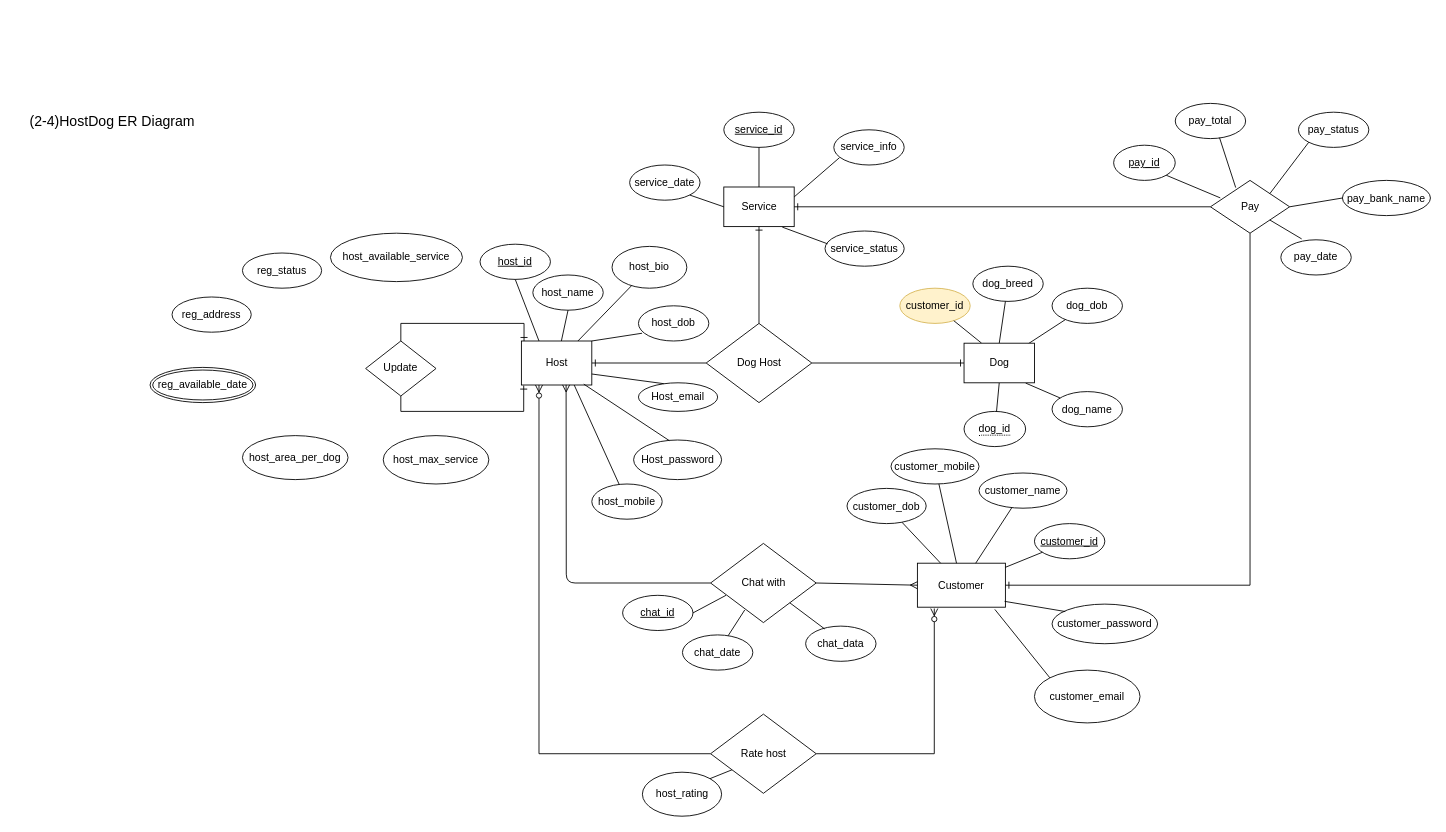
The draw.io diagram page "Copy of Page-1" (2 of 2) of ProjectProcesses/HostDog_6ERD/ERD.drawio in Hostdogs/Project_Hostdog, before the edit. Source tidied: cells renumbered, new cells numbered last; positions are measured from the earlier drawing's top-left corner, leaving out a move shared by most shapes. Both pictures are drawn from the tidied source at 88%, with x=0, y=0 at pixel (15, 103).
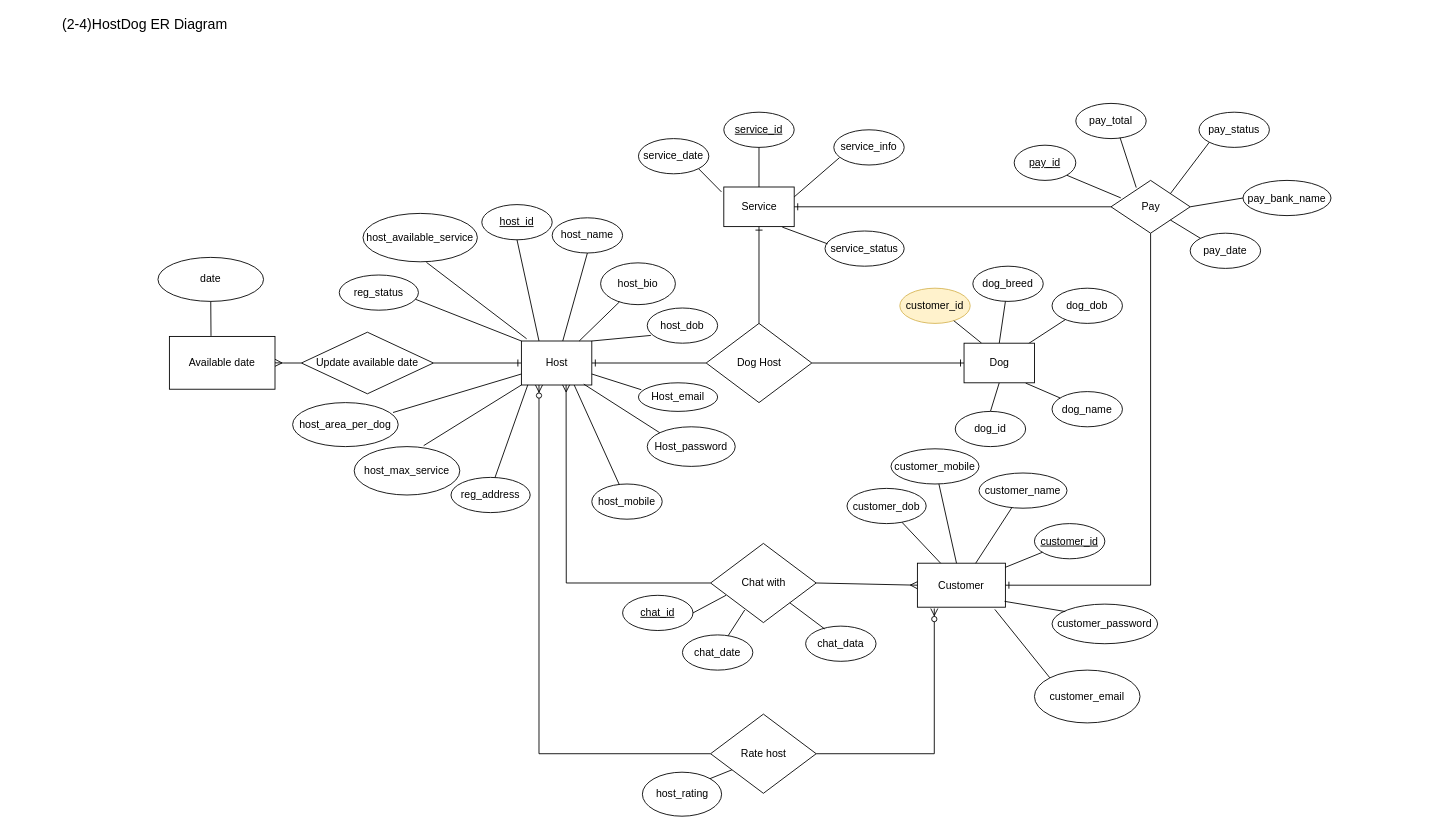
Above is the later version.

The change refers to these unchanged cells:
```xml
<mxCell id="4" value="Host" style="html=1;dashed=0;whitespace=wrap;" parent="1" vertex="1">
  <mxGeometry x="575" y="270" width="80" height="50" as="geometry" />
</mxCell>
<mxCell id="8" value="Customer" style="whiteSpace=wrap;html=1;dashed=0;" parent="1" vertex="1">
  <mxGeometry x="1025" y="522.5" width="100" height="50" as="geometry" />
</mxCell>
<mxCell id="29" value="Chat with" style="shape=rhombus;html=1;dashed=0;whitespace=wrap;perimeter=rhombusPerimeter;" parent="1" vertex="1">
  <mxGeometry x="790" y="500" width="120" height="90" as="geometry" />
</mxCell>
<mxCell id="69" value="Dog" style="html=1;dashed=0;whitespace=wrap;" parent="1" vertex="1">
  <mxGeometry x="1078" y="272.5" width="80" height="45" as="geometry" />
</mxCell>
<mxCell id="72" value="&lt;span id=&quot;docs-internal-guid-3e81bcba-7fff-f8fd-df1f-2f7f9c384fce&quot;&gt;&lt;span style=&quot;font-size: 9pt ; font-family: &amp;#34;arial&amp;#34; ; vertical-align: baseline&quot;&gt;Host_email&lt;/span&gt;&lt;/span&gt;" style="ellipse;whiteSpace=wrap;html=1;" parent="1" vertex="1">
  <mxGeometry x="708" y="317.5" width="90" height="32.5" as="geometry" />
</mxCell>
<mxCell id="75" value="Service" style="html=1;dashed=0;whitespace=wrap;" parent="1" vertex="1">
  <mxGeometry x="805" y="95" width="80" height="45" as="geometry" />
</mxCell>
```

What changed in the source:
```diff
@@
-    <mxCell id="3" style="edgeStyle=orthogonalEdgeStyle;rounded=0;jettySize=auto;html=1;entryX=0.5;entryY=0;entryDx=0;entryDy=0;startArrow=ERone;startFill=0;endArrow=none;endFill=0;" parent="1" edge="1" source="4" target="90">
-      <mxGeometry relative="1" as="geometry">
-        <Array as="points">
-          <mxPoint x="578" y="250" />
-          <mxPoint x="438" y="250" />
-        </Array>
-      </mxGeometry>
+    <mxCell id="3" style="edgeStyle=orthogonalEdgeStyle;rounded=0;jettySize=auto;html=1;entryX=1;entryY=0.5;entryDx=0;entryDy=0;startArrow=ERone;startFill=0;endArrow=none;endFill=0;" parent="1" edge="1" source="4" target="90">
+      <mxGeometry relative="1" as="geometry" />
     </mxCell>
@@
     <mxCell id="9" value="&lt;u&gt;host_id&lt;/u&gt;" style="ellipse;whiteSpace=wrap;html=1;align=center;" parent="1" vertex="1">
-      <mxGeometry x="528" y="160" width="80" height="40" as="geometry" />
+      <mxGeometry x="530" y="115" width="80" height="40" as="geometry" />
     </mxCell>
@@
     <mxCell id="11" value="host_name" style="ellipse;whiteSpace=wrap;html=1;align=center;" parent="1" vertex="1">
-      <mxGeometry x="588" y="195" width="80" height="40" as="geometry" />
+      <mxGeometry x="610" y="130" width="80" height="40" as="geometry" />
     </mxCell>
@@
     <mxCell id="16" value="host_dob" style="ellipse;whiteSpace=wrap;html=1;align=center;" parent="1" vertex="1">
-      <mxGeometry x="708" y="230" width="80" height="40" as="geometry" />
+      <mxGeometry x="718" y="232.5" width="80" height="40" as="geometry" />
     </mxCell>
@@
     <mxCell id="20" value="reg_address" style="ellipse;whiteSpace=wrap;html=1;align=center;" parent="1" vertex="1">
-      <mxGeometry x="178" y="220" width="90" height="40" as="geometry" />
+      <mxGeometry x="495" y="425" width="90" height="40" as="geometry" />
     </mxCell>
-    <mxCell id="21" value="&lt;span id=&quot;docs-internal-guid-30986fa8-7fff-0614-75b4-e867255551bc&quot;&gt;&lt;span style=&quot;font-size: 9pt ; font-family: &amp;#34;arial&amp;#34; ; vertical-align: baseline&quot;&gt;reg_available_date&lt;/span&gt;&lt;/span&gt;" style="ellipse;shape=doubleEllipse;margin=3;whiteSpace=wrap;html=1;align=center;" parent="1" vertex="1">
-      <mxGeometry x="153" y="300" width="120" height="40" as="geometry" />
-    </mxCell>
     <mxCell id="22" value="reg_status" style="ellipse;whiteSpace=wrap;html=1;align=center;" parent="1" vertex="1">
-      <mxGeometry x="258" y="170" width="90" height="40" as="geometry" />
+      <mxGeometry x="368" y="195" width="90" height="40" as="geometry" />
     </mxCell>
     <mxCell id="23" style="edgeStyle=orthogonalEdgeStyle;rounded=0;jettySize=auto;html=1;entryX=1;entryY=0.5;entryDx=0;entryDy=0;startArrow=none;startFill=0;endArrow=ERone;endFill=0;exitX=0.5;exitY=1;exitDx=0;exitDy=0;" parent="1" edge="1" source="83" target="8">
       <mxGeometry relative="1" as="geometry">
         <Array as="points">
-          <mxPoint x="1403" y="548" />
+          <mxPoint x="1290" y="548" />
         </Array>
       </mxGeometry>
     </mxCell>
     <mxCell id="24" value="&lt;u&gt;pay_id&lt;/u&gt;" style="ellipse;whiteSpace=wrap;html=1;align=center;" parent="1" vertex="1">
-      <mxGeometry x="1248" y="47.5" width="70" height="40" as="geometry" />
+      <mxGeometry x="1135" y="47.5" width="70" height="40" as="geometry" />
     </mxCell>
     <mxCell id="25" value="pay_date" style="ellipse;whiteSpace=wrap;html=1;align=center;" parent="1" vertex="1">
-      <mxGeometry x="1438" y="155" width="80" height="40" as="geometry" />
+      <mxGeometry x="1335" y="147.5" width="80" height="40" as="geometry" />
     </mxCell>
     <mxCell id="26" value="pay_total" style="ellipse;whiteSpace=wrap;html=1;align=center;" parent="1" vertex="1">
-      <mxGeometry x="1318" width="80" height="40" as="geometry" />
+      <mxGeometry x="1205" width="80" height="40" as="geometry" />
     </mxCell>
     <mxCell id="27" value="pay_bank_name" style="ellipse;whiteSpace=wrap;html=1;align=center;" parent="1" vertex="1">
-      <mxGeometry x="1508" y="87.5" width="100" height="40" as="geometry" />
+      <mxGeometry x="1395" y="87.5" width="100" height="40" as="geometry" />
     </mxCell>
-    <mxCell id="28" value="&lt;span style=&quot;border-bottom: 1px dotted&quot;&gt;dog_id&lt;/span&gt;" style="ellipse;whiteSpace=wrap;html=1;align=center;strokeColor=#000000;fillColor=none;" parent="1" vertex="1">
-      <mxGeometry x="1078" y="350" width="70" height="40" as="geometry" />
-    </mxCell>
@@
-    <mxCell id="30" style="endArrow=none;html=1;exitX=0.635;exitY=0.997;exitDx=0;exitDy=0;entryX=0;entryY=0.5;entryDx=0;entryDy=0;endFill=0;startArrow=ERmany;startFill=0;exitPerimeter=0;" parent="1" edge="1" source="4" target="29">
+    <mxCell id="30" style="endArrow=none;html=1;exitX=0.635;exitY=0.997;exitDx=0;exitDy=0;entryX=0;entryY=0.5;entryDx=0;entryDy=0;endFill=0;startArrow=ERmany;startFill=0;exitPerimeter=0;rounded=0;" parent="1" edge="1" source="4" target="29">
       <mxGeometry relative="1" as="geometry">
         <Array as="points">
           <mxPoint x="626" y="545" />
         </Array>
       </mxGeometry>
     </mxCell>
@@
     <mxCell id="34" value="service_date" style="ellipse;whiteSpace=wrap;html=1;align=center;" parent="1" vertex="1">
-      <mxGeometry x="698" y="70" width="80" height="40" as="geometry" />
+      <mxGeometry x="708" y="40" width="80" height="40" as="geometry" />
     </mxCell>
@@
     <mxCell id="37" value="pay_status" style="ellipse;whiteSpace=wrap;html=1;align=center;" parent="1" vertex="1">
-      <mxGeometry x="1458" y="10" width="80" height="40" as="geometry" />
+      <mxGeometry x="1345" y="10" width="80" height="40" as="geometry" />
     </mxCell>
@@
     <mxCell id="42" value="&lt;span id=&quot;docs-internal-guid-e0f33479-7fff-462c-c469-4b47a570f0e8&quot;&gt;&lt;span style=&quot;font-size: 9pt ; font-family: &amp;#34;arial&amp;#34; ; vertical-align: baseline&quot;&gt;host_area_per_dog&lt;/span&gt;&lt;/span&gt;" style="ellipse;whiteSpace=wrap;html=1;" parent="1" vertex="1">
-      <mxGeometry x="258" y="377.5" width="120" height="50" as="geometry" />
+      <mxGeometry x="315" y="340" width="120" height="50" as="geometry" />
     </mxCell>
     <mxCell id="43" value="&lt;span id=&quot;docs-internal-guid-08d540f1-7fff-1a1d-5cfd-85d9e23f498a&quot;&gt;&lt;span style=&quot;font-size: 9pt ; font-family: &amp;#34;arial&amp;#34; ; vertical-align: baseline&quot;&gt;host_max_service&lt;/span&gt;&lt;/span&gt;" style="ellipse;whiteSpace=wrap;html=1;" parent="1" vertex="1">
-      <mxGeometry x="418" y="377.5" width="120" height="55" as="geometry" />
+      <mxGeometry x="385" y="390" width="120" height="55" as="geometry" />
     </mxCell>
     <mxCell id="44" value="&lt;span id=&quot;docs-internal-guid-3b901246-7fff-6723-a0c8-969ffe5aafd9&quot;&gt;&lt;span style=&quot;font-size: 9pt ; font-family: &amp;#34;arial&amp;#34; ; vertical-align: baseline&quot;&gt;host_available_service&lt;/span&gt;&lt;/span&gt;" style="ellipse;whiteSpace=wrap;html=1;" parent="1" vertex="1">
-      <mxGeometry x="358" y="147.5" width="150" height="55" as="geometry" />
+      <mxGeometry x="395" y="125" width="130" height="55" as="geometry" />
     </mxCell>
@@
-    <mxCell id="59" style="endArrow=none;html=1;exitX=0.5;exitY=1;exitDx=0;exitDy=0;" parent="1" edge="1" source="69" target="28">
+    <mxCell id="59" style="endArrow=none;html=1;exitX=0.5;exitY=1;exitDx=0;exitDy=0;entryX=0.5;entryY=0;entryDx=0;entryDy=0;" parent="1" edge="1" source="69" target="28">
       <mxGeometry relative="1" as="geometry" />
     </mxCell>
     <mxCell id="60" value="host_bio" style="ellipse;whiteSpace=wrap;html=1;" parent="1" vertex="1">
-      <mxGeometry x="678" y="162.5" width="85" height="47.5" as="geometry" />
+      <mxGeometry x="665" y="181.2" width="85" height="47.5" as="geometry" />
     </mxCell>
@@
     <mxCell id="62" value="&lt;font style=&quot;font-size: 16px&quot;&gt;(2-4)HostDog ER Diagram&amp;nbsp;&lt;/font&gt;" style="text;html=1;strokeColor=none;fillColor=none;align=center;verticalAlign=middle;whiteSpace=wrap;rounded=0;" parent="1" vertex="1">
-      <mxGeometry y="10" width="225" height="20" as="geometry" />
+      <mxGeometry x="37" y="-100" width="225" height="20" as="geometry" />
     </mxCell>
@@
     <mxCell id="71" value="Host_password" style="ellipse;whiteSpace=wrap;html=1;" parent="1" vertex="1">
-      <mxGeometry x="702.5" y="382.5" width="100" height="45" as="geometry" />
+      <mxGeometry x="718" y="367.5" width="100" height="45" as="geometry" />
     </mxCell>
@@
-    <mxCell id="73" style="endArrow=none;html=1;exitX=0.406;exitY=0.016;exitDx=0;exitDy=0;exitPerimeter=0;entryX=0.886;entryY=0.98;entryDx=0;entryDy=0;entryPerimeter=0;" parent="1" edge="1" source="71" target="4">
+    <mxCell id="73" style="endArrow=none;html=1;exitX=0;exitY=0;exitDx=0;exitDy=0;entryX=0.886;entryY=0.98;entryDx=0;entryDy=0;entryPerimeter=0;" parent="1" edge="1" source="71" target="4">
       <mxGeometry relative="1" as="geometry" />
     </mxCell>
-    <mxCell id="74" style="endArrow=none;html=1;exitX=0.319;exitY=0.03;exitDx=0;exitDy=0;exitPerimeter=0;entryX=1;entryY=0.75;entryDx=0;entryDy=0;" parent="1" edge="1" source="72" target="4">
+    <mxCell id="74" style="endArrow=none;html=1;exitX=0.036;exitY=0.242;exitDx=0;exitDy=0;exitPerimeter=0;entryX=1;entryY=0.75;entryDx=0;entryDy=0;" parent="1" edge="1" source="72" target="4">
       <mxGeometry relative="1" as="geometry" />
     </mxCell>
@@
-    <mxCell id="81" style="endArrow=none;html=1;entryX=0;entryY=0.5;entryDx=0;entryDy=0;exitX=1;exitY=1;exitDx=0;exitDy=0;" parent="1" edge="1" source="34" target="75">
+    <mxCell id="81" style="endArrow=none;html=1;entryX=-0.034;entryY=0.123;entryDx=0;entryDy=0;exitX=1;exitY=1;exitDx=0;exitDy=0;entryPerimeter=0;" parent="1" edge="1" source="34" target="75">
       <mxGeometry relative="1" as="geometry" />
     </mxCell>
@@
     <mxCell id="83" value="Pay" style="shape=rhombus;html=1;dashed=0;whitespace=wrap;perimeter=rhombusPerimeter;" parent="1" vertex="1">
-      <mxGeometry x="1358" y="87.5" width="90" height="60" as="geometry" />
+      <mxGeometry x="1245" y="87.5" width="90" height="60" as="geometry" />
     </mxCell>
@@
-    <mxCell id="88" style="endArrow=none;html=1;entryX=0.296;entryY=-0.025;entryDx=0;entryDy=0;exitX=1;exitY=1;exitDx=0;exitDy=0;entryPerimeter=0;" parent="1" edge="1" source="83" target="25">
+    <mxCell id="88" style="endArrow=none;html=1;entryX=0;entryY=0;entryDx=0;entryDy=0;exitX=1;exitY=1;exitDx=0;exitDy=0;" parent="1" edge="1" source="83" target="25">
       <mxGeometry relative="1" as="geometry" />
     </mxCell>
-    <mxCell id="89" style="edgeStyle=orthogonalEdgeStyle;rounded=0;jettySize=auto;html=1;startArrow=none;startFill=0;endArrow=ERone;endFill=0;entryX=0.033;entryY=1.013;entryDx=0;entryDy=0;entryPerimeter=0;" parent="1" edge="1" source="90" target="4">
-      <mxGeometry relative="1" as="geometry">
-        <Array as="points">
-          <mxPoint x="438" y="350" />
-          <mxPoint x="578" y="350" />
-        </Array>
-      </mxGeometry>
-    </mxCell>
+    <mxCell id="91" style="edgeStyle=orthogonalEdgeStyle;rounded=0;jettySize=auto;html=1;entryX=1;entryY=0.5;entryDx=0;entryDy=0;startArrow=none;startFill=0;endArrow=ERmany;endFill=0;" parent="1" edge="1" source="90" target="92">
+      <mxGeometry relative="1" as="geometry" />
+    </mxCell>
-    <mxCell id="90" value="Update" style="rhombus;whiteSpace=wrap;html=1;" parent="1" vertex="1">
-      <mxGeometry x="398" y="270" width="80" height="62.5" as="geometry" />
+    <mxCell id="90" value="Update available date" style="rhombus;whiteSpace=wrap;html=1;" parent="1" vertex="1">
+      <mxGeometry x="325" y="260" width="150" height="70" as="geometry" />
     </mxCell>
+    <mxCell id="28" value="dog_id" style="ellipse;whiteSpace=wrap;html=1;align=center;" parent="1" vertex="1">
+      <mxGeometry x="1068" y="350" width="80" height="40" as="geometry" />
+    </mxCell>
+    <mxCell id="92" value="&lt;span style=&quot;font-family: &amp;#34;arial&amp;#34;&quot;&gt;Available date&lt;/span&gt;" style="rounded=0;whiteSpace=wrap;html=1;" parent="1" vertex="1">
+      <mxGeometry x="175" y="264.8" width="120" height="60" as="geometry" />
+    </mxCell>
+    <mxCell id="93" style="endArrow=none;html=1;exitX=0.074;exitY=-0.051;exitDx=0;exitDy=0;exitPerimeter=0;entryX=0.554;entryY=1.01;entryDx=0;entryDy=0;entryPerimeter=0;" parent="1" edge="1" source="4" target="44">
+      <mxGeometry relative="1" as="geometry" />
+    </mxCell>
+    <mxCell id="94" style="endArrow=none;html=1;exitX=0;exitY=0;exitDx=0;exitDy=0;entryX=0.961;entryY=0.688;entryDx=0;entryDy=0;entryPerimeter=0;" parent="1" edge="1" source="4" target="22">
+      <mxGeometry relative="1" as="geometry" />
+    </mxCell>
+    <mxCell id="95" style="endArrow=none;html=1;exitX=0.658;exitY=-0.02;exitDx=0;exitDy=0;exitPerimeter=0;entryX=0;entryY=1;entryDx=0;entryDy=0;" parent="1" edge="1" source="43" target="4">
+      <mxGeometry relative="1" as="geometry" />
+    </mxCell>
+    <mxCell id="96" style="endArrow=none;html=1;exitX=0.951;exitY=0.225;exitDx=0;exitDy=0;exitPerimeter=0;entryX=0;entryY=0.75;entryDx=0;entryDy=0;" parent="1" edge="1" source="42" target="4">
+      <mxGeometry relative="1" as="geometry" />
+    </mxCell>
+    <mxCell id="97" style="endArrow=none;html=1;exitX=0.556;exitY=0;exitDx=0;exitDy=0;exitPerimeter=0;entryX=0.091;entryY=0.997;entryDx=0;entryDy=0;entryPerimeter=0;" parent="1" edge="1" source="20" target="4">
+      <mxGeometry relative="1" as="geometry" />
+    </mxCell>
+    <mxCell id="98" value="&lt;span id=&quot;docs-internal-guid-e0f33479-7fff-462c-c469-4b47a570f0e8&quot;&gt;&lt;span style=&quot;font-size: 9pt ; font-family: &amp;#34;arial&amp;#34; ; vertical-align: baseline&quot;&gt;date&lt;/span&gt;&lt;/span&gt;" style="ellipse;whiteSpace=wrap;html=1;" parent="1" vertex="1">
+      <mxGeometry x="162" y="175" width="120" height="50" as="geometry" />
+    </mxCell>
+    <mxCell id="99" style="endArrow=none;html=1;entryX=0.5;entryY=1;entryDx=0;entryDy=0;exitX=0.394;exitY=-0.01;exitDx=0;exitDy=0;exitPerimeter=0;" parent="1" edge="1" source="92" target="98">
+      <mxGeometry relative="1" as="geometry" />
+    </mxCell>
```
